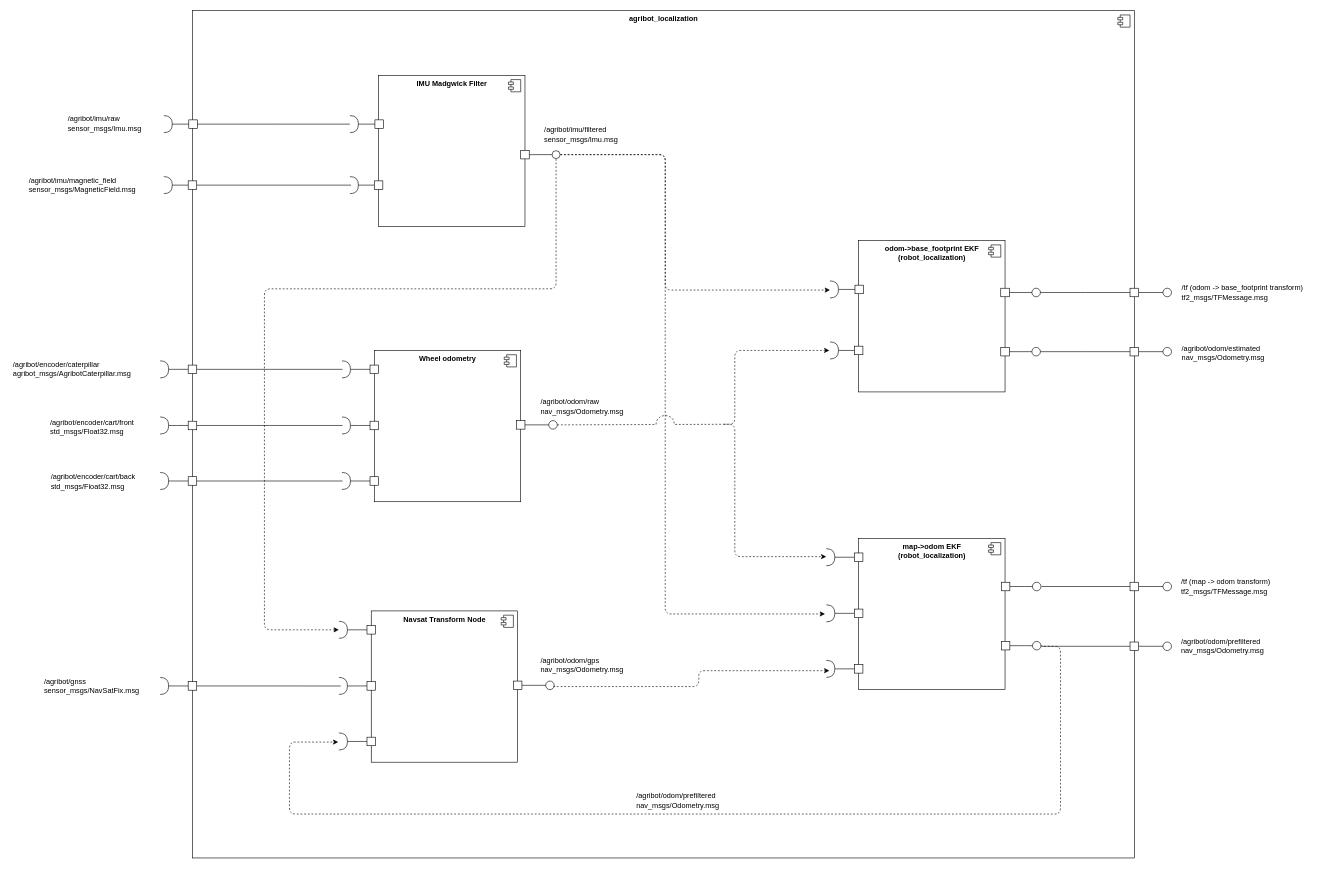
Above: doc/component_diagram.drawio in agribot-2-0/agribot_localization (draw.io), before the change. Source tidied: cells renumbered, new cells numbered last; positions are measured from the earlier drawing's top-left corner, leaving out a move shared by most shapes. Both pictures are drawn from the tidied source at 61%, with x=0, y=0 at pixel (12, 10).
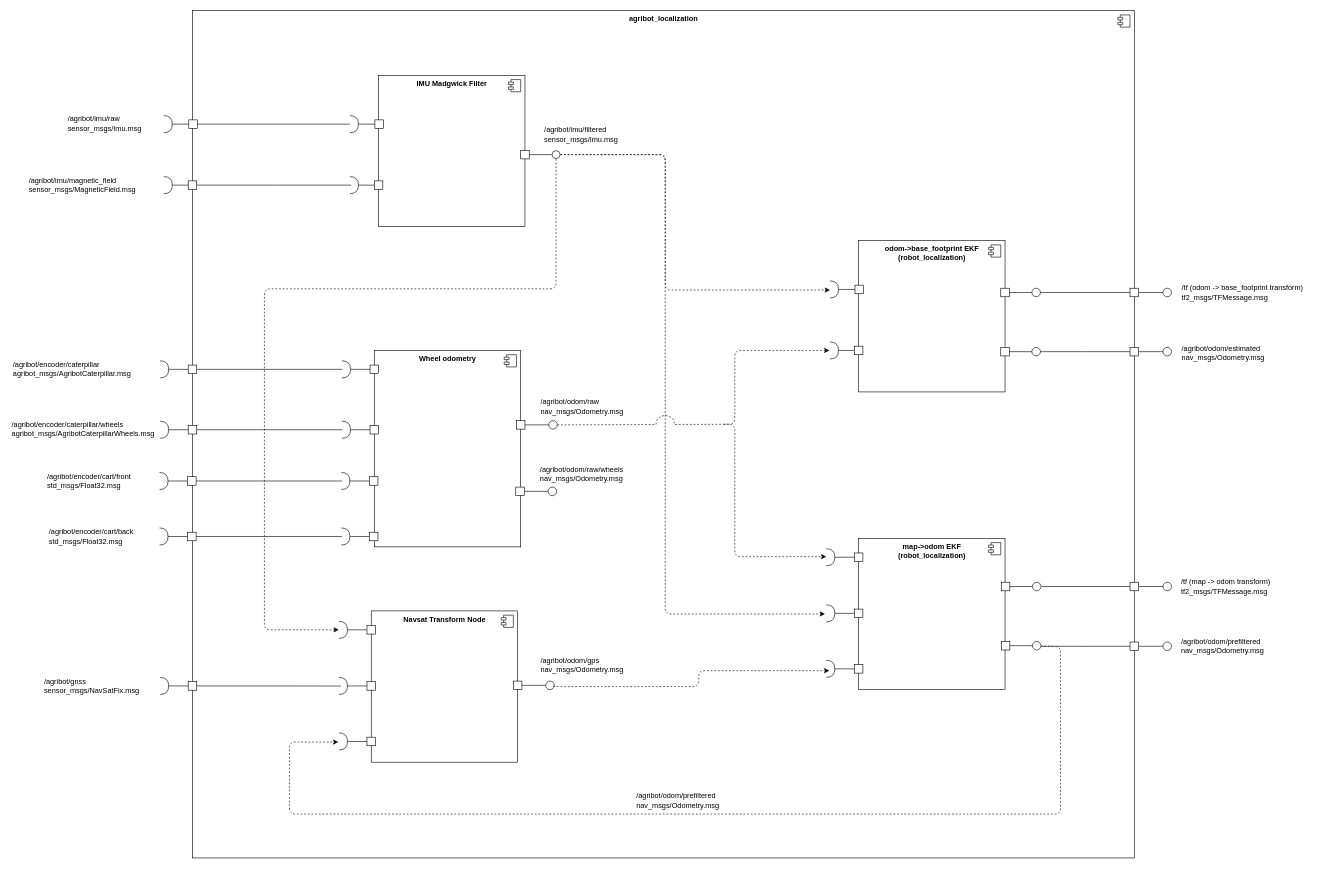
The same page after the edit.

Change to the diagram source:
```diff
@@
     <mxCell id="24" value="&lt;b&gt;Wheel odometry&lt;/b&gt;" style="html=1;labelBackgroundColor=none;verticalAlign=top;fillOpacity=100;" parent="1" vertex="1">
-      <mxGeometry x="594.1" y="557" width="240" height="248" as="geometry" />
+      <mxGeometry x="594.1" y="557" width="240" height="322" as="geometry" />
     </mxCell>
@@
     <mxCell id="28" value="&lt;div&gt;/agribot/encoder/cart/back&lt;/div&gt;&lt;div&gt;std_msgs/Float32.msg&lt;/div&gt;" style="text;html=1;align=left;verticalAlign=middle;" parent="1" vertex="1">
-      <mxGeometry x="62" y="755" width="174" height="33" as="geometry" />
+      <mxGeometry x="59" y="845" width="174" height="33" as="geometry" />
     </mxCell>
@@
     <mxCell id="30" value="&lt;div&gt;/agribot/encoder/cart/front&lt;/div&gt;&lt;div&gt;std_msgs/Float32.msg&lt;br&gt;&lt;/div&gt;" style="text;html=1;align=left;verticalAlign=middle;" parent="1" vertex="1">
-      <mxGeometry x="61" y="666" width="175" height="33" as="geometry" />
+      <mxGeometry x="56" y="754.5" width="175" height="33" as="geometry" />
     </mxCell>
     <mxCell id="31" style="edgeStyle=orthogonalEdgeStyle;jettySize=auto;html=1;endArrow=halfCircle;endFill=0;startArrow=none;startFill=0;startSize=14;sourcePerimeterSpacing=-7;shadow=0;sketch=0;labelBorderColor=none;labelBackgroundColor=#000000;fillOpacity=100;backgroundOutline=0;comic=0;rounded=0;exitX=0;exitY=0.5;exitDx=0;exitDy=0;endSize=12;" parent="1" edge="1" source="32">
       <mxGeometry relative="1" as="geometry">
-        <mxPoint x="541.1" y="680" as="targetPoint" />
+        <mxPoint x="540.1" y="771" as="targetPoint" />
         <Array as="points">
-          <mxPoint x="568.1" y="680" />
-          <mxPoint x="568.1" y="680" />
+          <mxPoint x="567.1" y="771" />
+          <mxPoint x="567.1" y="771" />
         </Array>
       </mxGeometry>
     </mxCell>
     <mxCell id="32" style="rounded=0;whiteSpace=wrap;html=1;labelBackgroundColor=none;rotation=0;" parent="1" vertex="1">
-      <mxGeometry x="587.1" y="673" width="14" height="14" as="geometry" />
+      <mxGeometry x="586.1" y="764" width="14" height="14" as="geometry" />
     </mxCell>
     <mxCell id="33" style="edgeStyle=orthogonalEdgeStyle;jettySize=auto;html=1;endArrow=halfCircle;endFill=0;startArrow=none;startFill=0;startSize=14;sourcePerimeterSpacing=-7;shadow=0;sketch=0;labelBorderColor=none;labelBackgroundColor=#000000;fillOpacity=100;backgroundOutline=0;comic=0;rounded=0;exitX=0;exitY=0.5;exitDx=0;exitDy=0;endSize=12;" parent="1" edge="1" source="34">
       <mxGeometry relative="1" as="geometry">
-        <mxPoint x="541.1" y="771" as="targetPoint" />
+        <mxPoint x="540.1" y="862" as="targetPoint" />
         <Array as="points">
-          <mxPoint x="558.1" y="771" />
+          <mxPoint x="557.1" y="862" />
         </Array>
       </mxGeometry>
     </mxCell>
     <mxCell id="34" style="rounded=0;whiteSpace=wrap;html=1;labelBackgroundColor=none;rotation=0;" parent="1" vertex="1">
-      <mxGeometry x="587.1" y="764" width="14" height="14" as="geometry" />
+      <mxGeometry x="586.1" y="855" width="14" height="14" as="geometry" />
     </mxCell>
@@
     <mxCell id="106" style="edgeStyle=orthogonalEdgeStyle;jettySize=auto;html=1;endArrow=halfCircle;endFill=0;startArrow=none;startFill=0;startSize=14;sourcePerimeterSpacing=-7;shadow=0;sketch=0;labelBorderColor=none;labelBackgroundColor=#000000;fillOpacity=100;backgroundOutline=0;comic=0;rounded=0;exitX=0;exitY=0.5;exitDx=0;exitDy=0;endSize=12;" parent="1" edge="1" source="108">
       <mxGeometry relative="1" as="geometry">
-        <mxPoint x="243" y="680" as="targetPoint" />
+        <mxPoint x="242" y="771" as="targetPoint" />
         <Array as="points">
-          <mxPoint x="270" y="680" />
-          <mxPoint x="270" y="680" />
+          <mxPoint x="269" y="771" />
+          <mxPoint x="269" y="771" />
         </Array>
       </mxGeometry>
     </mxCell>
     <mxCell id="107" style="edgeStyle=orthogonalEdgeStyle;rounded=0;comic=0;sketch=0;jumpStyle=none;jumpSize=30;jettySize=auto;html=1;exitX=1;exitY=0.5;exitDx=0;exitDy=0;shadow=0;labelBackgroundColor=#ffffff;startArrow=none;startFill=0;startSize=14;sourcePerimeterSpacing=0;endArrow=none;endFill=0;endSize=14;strokeColor=#000000;fontColor=#000000;" parent="1" edge="1" source="108">
       <mxGeometry relative="1" as="geometry">
-        <mxPoint x="542" y="680" as="targetPoint" />
+        <mxPoint x="541" y="771" as="targetPoint" />
       </mxGeometry>
     </mxCell>
     <mxCell id="108" style="rounded=0;whiteSpace=wrap;html=1;labelBackgroundColor=none;rotation=0;" parent="1" vertex="1">
-      <mxGeometry x="289" y="673" width="14" height="14" as="geometry" />
+      <mxGeometry x="288" y="764" width="14" height="14" as="geometry" />
     </mxCell>
     <mxCell id="109" style="edgeStyle=orthogonalEdgeStyle;jettySize=auto;html=1;endArrow=halfCircle;endFill=0;startArrow=none;startFill=0;startSize=14;sourcePerimeterSpacing=-7;shadow=0;sketch=0;labelBorderColor=none;labelBackgroundColor=#000000;fillOpacity=100;backgroundOutline=0;comic=0;rounded=0;exitX=0;exitY=0.5;exitDx=0;exitDy=0;endSize=12;" parent="1" edge="1" source="111">
       <mxGeometry relative="1" as="geometry">
-        <mxPoint x="243" y="771" as="targetPoint" />
+        <mxPoint x="242" y="862" as="targetPoint" />
         <Array as="points">
-          <mxPoint x="260" y="771" />
+          <mxPoint x="259" y="862" />
         </Array>
       </mxGeometry>
     </mxCell>
     <mxCell id="110" style="edgeStyle=orthogonalEdgeStyle;rounded=0;comic=0;sketch=0;jumpStyle=none;jumpSize=30;jettySize=auto;html=1;exitX=1;exitY=0.5;exitDx=0;exitDy=0;shadow=0;labelBackgroundColor=#ffffff;startArrow=none;startFill=0;startSize=14;sourcePerimeterSpacing=0;endArrow=none;endFill=0;endSize=14;strokeColor=#000000;fontColor=#000000;" parent="1" edge="1" source="111">
       <mxGeometry relative="1" as="geometry">
-        <mxPoint x="542" y="771" as="targetPoint" />
+        <mxPoint x="541" y="862" as="targetPoint" />
       </mxGeometry>
     </mxCell>
     <mxCell id="111" style="rounded=0;whiteSpace=wrap;html=1;labelBackgroundColor=none;rotation=0;" parent="1" vertex="1">
-      <mxGeometry x="289" y="764" width="14" height="14" as="geometry" />
+      <mxGeometry x="288" y="855" width="14" height="14" as="geometry" />
     </mxCell>
@@
+    <mxCell id="115" style="edgeStyle=orthogonalEdgeStyle;jettySize=auto;html=1;endArrow=halfCircle;endFill=0;startArrow=none;startFill=0;startSize=14;sourcePerimeterSpacing=-7;shadow=0;sketch=0;labelBorderColor=none;labelBackgroundColor=#000000;fillOpacity=100;backgroundOutline=0;comic=0;rounded=0;exitX=0;exitY=0.5;exitDx=0;exitDy=0;endSize=12;" parent="1" edge="1" source="116">
+      <mxGeometry relative="1" as="geometry">
+        <mxPoint x="541.1" y="687" as="targetPoint" />
+        <Array as="points">
+          <mxPoint x="568.1" y="687" />
+          <mxPoint x="568.1" y="687" />
+        </Array>
+      </mxGeometry>
+    </mxCell>
+    <mxCell id="116" style="rounded=0;whiteSpace=wrap;html=1;labelBackgroundColor=none;rotation=0;" parent="1" vertex="1">
+      <mxGeometry x="587.1" y="680" width="14" height="14" as="geometry" />
+    </mxCell>
+    <mxCell id="117" style="edgeStyle=orthogonalEdgeStyle;jettySize=auto;html=1;endArrow=halfCircle;endFill=0;startArrow=none;startFill=0;startSize=14;sourcePerimeterSpacing=-7;shadow=0;sketch=0;labelBorderColor=none;labelBackgroundColor=#000000;fillOpacity=100;backgroundOutline=0;comic=0;rounded=0;exitX=0;exitY=0.5;exitDx=0;exitDy=0;endSize=12;" parent="1" edge="1" source="119">
+      <mxGeometry relative="1" as="geometry">
+        <mxPoint x="243" y="687" as="targetPoint" />
+        <Array as="points">
+          <mxPoint x="270" y="687" />
+          <mxPoint x="270" y="687" />
+        </Array>
+      </mxGeometry>
+    </mxCell>
+    <mxCell id="118" style="edgeStyle=orthogonalEdgeStyle;rounded=0;comic=0;sketch=0;jumpStyle=none;jumpSize=30;jettySize=auto;html=1;exitX=1;exitY=0.5;exitDx=0;exitDy=0;shadow=0;labelBackgroundColor=#ffffff;startArrow=none;startFill=0;startSize=14;sourcePerimeterSpacing=0;endArrow=none;endFill=0;endSize=14;strokeColor=#000000;fontColor=#000000;" parent="1" edge="1" source="119">
+      <mxGeometry relative="1" as="geometry">
+        <mxPoint x="542" y="687" as="targetPoint" />
+      </mxGeometry>
+    </mxCell>
+    <mxCell id="119" style="rounded=0;whiteSpace=wrap;html=1;labelBackgroundColor=none;rotation=0;" parent="1" vertex="1">
+      <mxGeometry x="289" y="680" width="14" height="14" as="geometry" />
+    </mxCell>
+    <mxCell id="120" value="&lt;div&gt;/agribot/encoder/caterpillar/wheels&lt;/div&gt;&lt;div&gt;agribot_msgs/AgribotCaterpillarWheels.msg&lt;br&gt;&lt;/div&gt;" style="text;html=1;align=left;verticalAlign=middle;" parent="1" vertex="1">
+      <mxGeometry x="-2" y="669" width="245" height="33" as="geometry" />
+    </mxCell>
+    <mxCell id="121" style="group;rotation=-180;fontStyle=4;" parent="1" vertex="1">
+      <mxGeometry x="826" y="781" width="21" height="14" as="geometry" />
+    </mxCell>
+    <mxCell id="122" style="edgeStyle=orthogonalEdgeStyle;jettySize=auto;html=1;endArrow=oval;endFill=0;startArrow=none;startFill=0;startSize=14;sourcePerimeterSpacing=-7;shadow=0;sketch=0;labelBorderColor=none;labelBackgroundColor=#000000;fillOpacity=100;backgroundOutline=0;comic=0;rounded=0;exitX=0;exitY=0.5;exitDx=0;exitDy=0;endSize=14;fontStyle=4;" parent="121" edge="1" source="123">
+      <mxGeometry relative="1" as="geometry">
+        <mxPoint x="60" y="7" as="targetPoint" />
+        <Array as="points">
+          <mxPoint x="21" y="7" />
+        </Array>
+      </mxGeometry>
+    </mxCell>
+    <mxCell id="123" style="rounded=0;whiteSpace=wrap;html=1;labelBackgroundColor=none;rotation=-180;fontStyle=4;" parent="121" vertex="1">
+      <mxGeometry width="14" height="14" as="geometry" />
+    </mxCell>
+    <mxCell id="124" value="&lt;div&gt;/agribot/odom/raw/wheels&lt;/div&gt;&lt;div&gt;nav_msgs/Odometry.msg&lt;br&gt;&lt;/div&gt;" style="text;html=1;align=left;verticalAlign=middle;" parent="1" vertex="1">
+      <mxGeometry x="864" y="742" width="148" height="33" as="geometry" />
+    </mxCell>
```
